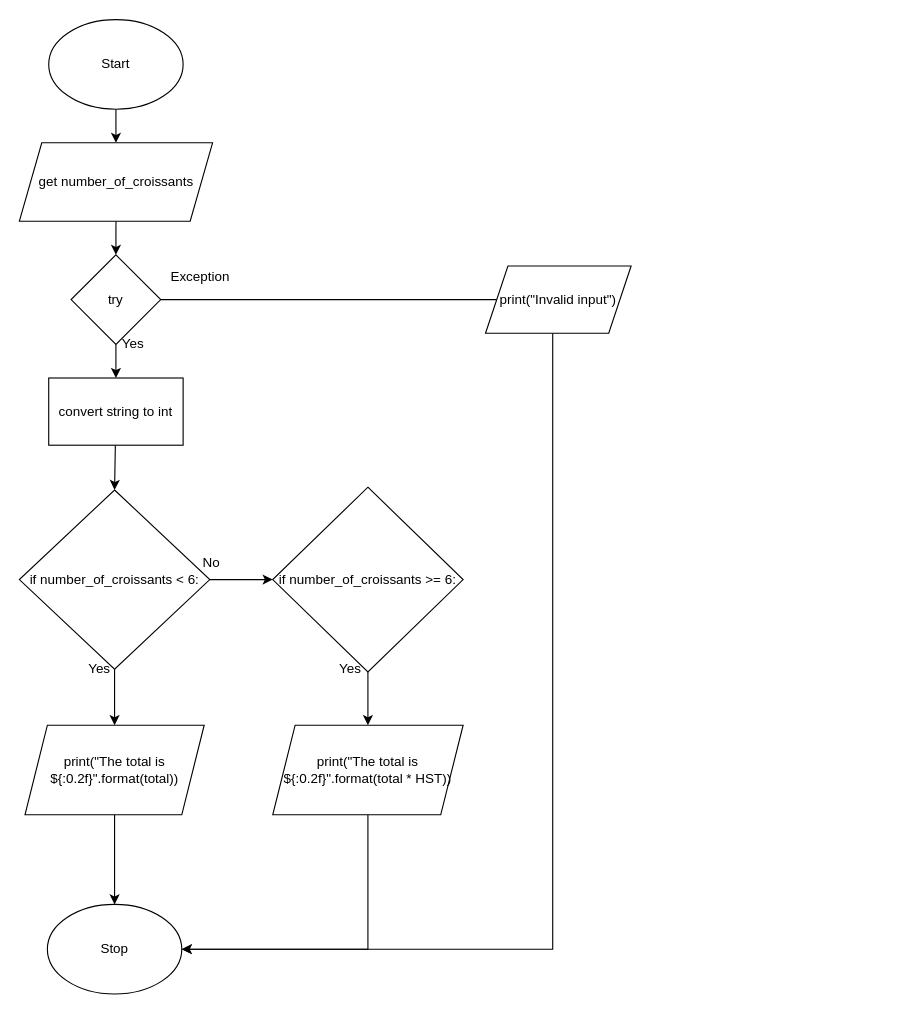
Before: flowchart.drawio in Aleksandr-Ten/ICS3U-Assignment-4-Python, a draw.io diagram. Source tidied: cells renumbered, new cells numbered last; positions are measured from the earlier drawing's top-left corner, leaving out a move shared by most shapes. Both pictures are drawn from the tidied source at 112%, with x=0, y=0 at pixel (19, 19).
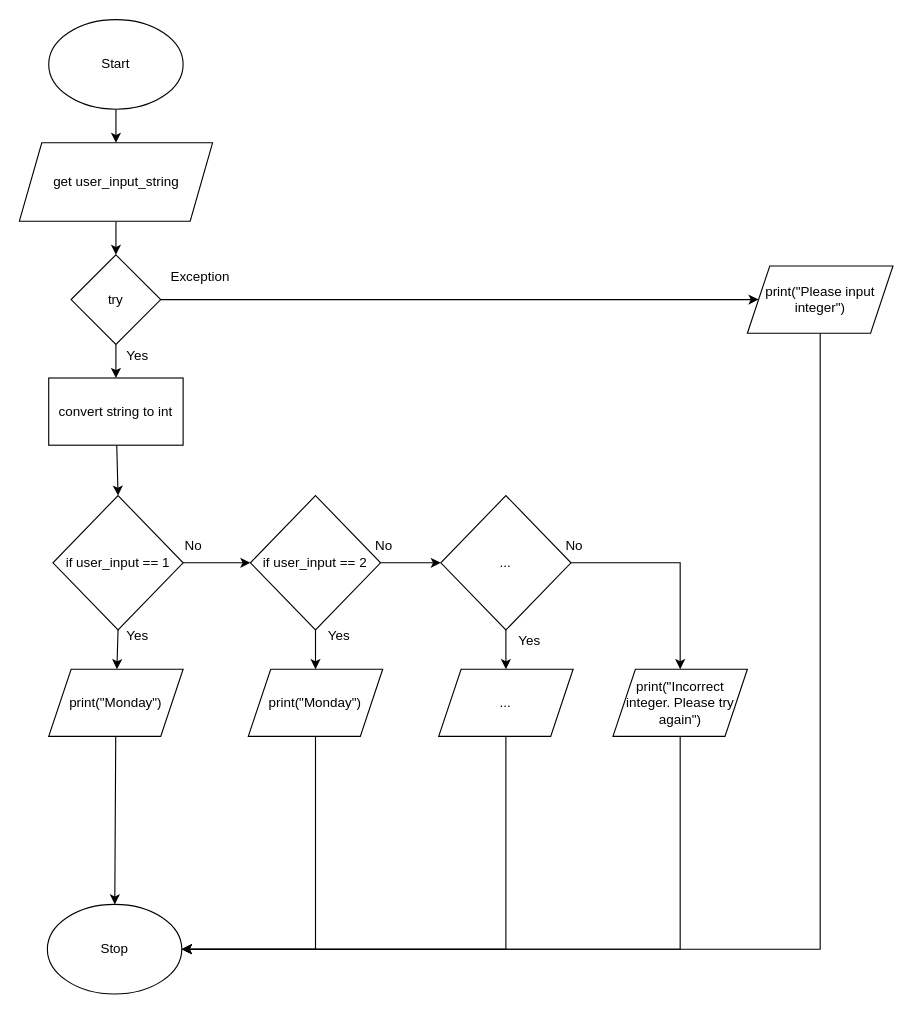
The same page after the edit.

The change refers to these unchanged cells:
```xml
<mxCell id="8" value="try" style="rhombus;whiteSpace=wrap;html=1;" parent="1" vertex="1">
  <mxGeometry x="46" y="210" width="80" height="80" as="geometry" />
</mxCell>
<mxCell id="22" value="Stop" style="ellipse;whiteSpace=wrap;html=1;" parent="1" vertex="1">
  <mxGeometry x="24.8" y="790" width="120" height="80" as="geometry" />
</mxCell>
```

Change to the diagram source:
```diff
@@
-    <mxCell id="5" value="get number_of_croissants" style="shape=parallelogram;perimeter=parallelogramPerimeter;whiteSpace=wrap;html=1;fixedSize=1;" parent="1" vertex="1">
+    <mxCell id="5" value="get user_input_string" style="shape=parallelogram;perimeter=parallelogramPerimeter;whiteSpace=wrap;html=1;fixedSize=1;" parent="1" vertex="1">
       <mxGeometry x="-0.2" y="110" width="172.5" height="70" as="geometry" />
     </mxCell>
@@
-    <mxCell id="7" style="edgeStyle=none;html=1;exitX=1;exitY=0.5;exitDx=0;exitDy=0;" parent="1" edge="1" source="8">
-      <mxGeometry relative="1" as="geometry">
-        <mxPoint x="486" y="250" as="targetPoint" />
-      </mxGeometry>
+    <mxCell id="7" style="edgeStyle=none;html=1;exitX=1;exitY=0.5;exitDx=0;exitDy=0;" parent="1" edge="1" source="8" target="17">
+      <mxGeometry relative="1" as="geometry" />
     </mxCell>
@@
-    <mxCell id="11" style="edgeStyle=none;html=1;entryX=0;entryY=0.5;entryDx=0;entryDy=0;" parent="1" edge="1" source="13" target="15">
-      <mxGeometry relative="1" as="geometry" />
-    </mxCell>
-    <mxCell id="12" style="edgeStyle=none;html=1;exitX=0.5;exitY=1;exitDx=0;exitDy=0;" parent="1" edge="1" source="13" target="19">
-      <mxGeometry relative="1" as="geometry" />
-    </mxCell>
+    <mxCell id="28" style="edgeStyle=none;html=1;exitX=0.5;exitY=1;exitDx=0;exitDy=0;" parent="1" edge="1" source="13" target="31">
+      <mxGeometry relative="1" as="geometry" />
+    </mxCell>
+    <mxCell id="29" style="edgeStyle=none;html=1;exitX=1;exitY=0.5;exitDx=0;exitDy=0;" parent="1" edge="1" source="13">
+      <mxGeometry relative="1" as="geometry">
+        <mxPoint x="206.1" y="485" as="targetPoint" />
+      </mxGeometry>
+    </mxCell>
-    <mxCell id="13" value="if number_of_croissants &amp;lt; 6:" style="rhombus;whiteSpace=wrap;html=1;" parent="1" vertex="1">
-      <mxGeometry x="-0.2" y="420" width="170" height="160" as="geometry" />
+    <mxCell id="13" value="if user_input == 1" style="rhombus;whiteSpace=wrap;html=1;" parent="1" vertex="1">
+      <mxGeometry x="29.8" y="425" width="116.2" height="120" as="geometry" />
     </mxCell>
-    <mxCell id="14" style="edgeStyle=none;html=1;exitX=0.5;exitY=1;exitDx=0;exitDy=0;" parent="1" edge="1" source="15" target="21">
-      <mxGeometry relative="1" as="geometry" />
-    </mxCell>
-    <mxCell id="15" value="if number_of_croissants &gt;= 6:" style="rhombus;whiteSpace=wrap;html=1;" parent="1" vertex="1">
-      <mxGeometry x="226" y="417.5" width="170" height="165" as="geometry" />
-    </mxCell>
     <mxCell id="16" style="edgeStyle=orthogonalEdgeStyle;rounded=0;html=1;entryX=1;entryY=0.5;entryDx=0;entryDy=0;" parent="1" edge="1" source="17" target="22">
       <mxGeometry relative="1" as="geometry">
         <Array as="points">
-          <mxPoint x="476" y="830" />
+          <mxPoint x="714.8" y="830" />
         </Array>
       </mxGeometry>
     </mxCell>
-    <mxCell id="17" value="print(&quot;Invalid input&quot;)" style="shape=parallelogram;perimeter=parallelogramPerimeter;whiteSpace=wrap;html=1;fixedSize=1;" parent="1" vertex="1">
-      <mxGeometry x="416" y="220" width="130" height="60" as="geometry" />
+    <mxCell id="17" value="print(&quot;Please input integer&quot;)" style="shape=parallelogram;perimeter=parallelogramPerimeter;whiteSpace=wrap;html=1;fixedSize=1;" parent="1" vertex="1">
+      <mxGeometry x="649.8" y="220" width="130" height="60" as="geometry" />
     </mxCell>
-    <mxCell id="18" style="edgeStyle=none;html=1;exitX=0.5;exitY=1;exitDx=0;exitDy=0;" parent="1" edge="1" source="19" target="22">
-      <mxGeometry relative="1" as="geometry" />
-    </mxCell>
-    <mxCell id="19" value="print(&quot;The total is ${:0.2f}&quot;.format(total))" style="shape=parallelogram;perimeter=parallelogramPerimeter;whiteSpace=wrap;html=1;fixedSize=1;" parent="1" vertex="1">
-      <mxGeometry x="4.8" y="630" width="160" height="80" as="geometry" />
-    </mxCell>
-    <mxCell id="20" style="edgeStyle=orthogonalEdgeStyle;html=1;entryX=1;entryY=0.5;entryDx=0;entryDy=0;rounded=0;" parent="1" edge="1" source="21" target="22">
-      <mxGeometry relative="1" as="geometry">
-        <Array as="points">
-          <mxPoint x="311" y="830" />
-        </Array>
-      </mxGeometry>
-    </mxCell>
-    <mxCell id="21" value="print(&quot;The total is ${:0.2f}&quot;.format(total * HST))" style="shape=parallelogram;perimeter=parallelogramPerimeter;whiteSpace=wrap;html=1;fixedSize=1;" parent="1" vertex="1">
-      <mxGeometry x="226" y="630" width="170" height="80" as="geometry" />
-    </mxCell>
@@
     <mxCell id="24" value="Yes" style="text;html=1;align=center;verticalAlign=middle;fillColor=none;strokeColor=none;rounded=0;" parent="1" vertex="1">
-      <mxGeometry x="86" y="280" width="30" height="20" as="geometry" />
+      <mxGeometry x="89.8" y="290" width="30" height="20" as="geometry" />
     </mxCell>
-    <mxCell id="25" value="Yes" style="text;html=1;align=center;verticalAlign=middle;fillColor=none;strokeColor=none;rounded=0;" parent="1" vertex="1">
-      <mxGeometry x="56" y="570" width="30" height="20" as="geometry" />
-    </mxCell>
-    <mxCell id="26" value="Yes" style="text;html=1;align=center;verticalAlign=middle;fillColor=none;strokeColor=none;rounded=0;" parent="1" vertex="1">
-      <mxGeometry x="280" y="570" width="30" height="20" as="geometry" />
-    </mxCell>
-    <mxCell id="27" value="No" style="text;html=1;align=center;verticalAlign=middle;fillColor=none;strokeColor=none;rounded=0;" parent="1" vertex="1">
-      <mxGeometry x="156" y="475" width="30" height="20" as="geometry" />
-    </mxCell>
+    <mxCell id="30" style="edgeStyle=none;html=1;" parent="1" edge="1" source="31" target="22">
+      <mxGeometry relative="1" as="geometry" />
+    </mxCell>
+    <mxCell id="31" value="print(&quot;Monday&quot;)" style="shape=parallelogram;perimeter=parallelogramPerimeter;whiteSpace=wrap;html=1;fixedSize=1;" parent="1" vertex="1">
+      <mxGeometry x="26" y="580" width="120" height="60" as="geometry" />
+    </mxCell>
+    <mxCell id="32" style="edgeStyle=none;html=1;exitX=1;exitY=0.5;exitDx=0;exitDy=0;" parent="1" edge="1" source="34" target="37">
+      <mxGeometry relative="1" as="geometry" />
+    </mxCell>
+    <mxCell id="33" style="edgeStyle=orthogonalEdgeStyle;rounded=0;html=1;exitX=0.5;exitY=1;exitDx=0;exitDy=0;" parent="1" edge="1" source="34" target="39">
+      <mxGeometry relative="1" as="geometry" />
+    </mxCell>
+    <mxCell id="34" value="if user_input == 2" style="rhombus;whiteSpace=wrap;html=1;" parent="1" vertex="1">
+      <mxGeometry x="206.1" y="425" width="116.2" height="120" as="geometry" />
+    </mxCell>
+    <mxCell id="35" style="edgeStyle=orthogonalEdgeStyle;html=1;exitX=1;exitY=0.5;exitDx=0;exitDy=0;entryX=0.5;entryY=0;entryDx=0;entryDy=0;rounded=0;" parent="1" edge="1" source="37" target="43">
+      <mxGeometry relative="1" as="geometry" />
+    </mxCell>
+    <mxCell id="36" style="edgeStyle=orthogonalEdgeStyle;rounded=0;html=1;" parent="1" edge="1" source="37" target="41">
+      <mxGeometry relative="1" as="geometry" />
+    </mxCell>
+    <mxCell id="37" value="..." style="rhombus;whiteSpace=wrap;html=1;" parent="1" vertex="1">
+      <mxGeometry x="376.1" y="425" width="116.2" height="120" as="geometry" />
+    </mxCell>
+    <mxCell id="38" style="edgeStyle=orthogonalEdgeStyle;rounded=0;html=1;exitX=0.5;exitY=1;exitDx=0;exitDy=0;entryX=1;entryY=0.5;entryDx=0;entryDy=0;" parent="1" edge="1" source="39" target="22">
+      <mxGeometry relative="1" as="geometry" />
+    </mxCell>
+    <mxCell id="39" value="print(&quot;Monday&quot;)" style="shape=parallelogram;perimeter=parallelogramPerimeter;whiteSpace=wrap;html=1;fixedSize=1;" parent="1" vertex="1">
+      <mxGeometry x="204.2" y="580" width="120" height="60" as="geometry" />
+    </mxCell>
+    <mxCell id="40" style="edgeStyle=orthogonalEdgeStyle;rounded=0;html=1;exitX=0.5;exitY=1;exitDx=0;exitDy=0;entryX=1;entryY=0.5;entryDx=0;entryDy=0;" parent="1" edge="1" source="41" target="22">
+      <mxGeometry relative="1" as="geometry" />
+    </mxCell>
+    <mxCell id="41" value="..." style="shape=parallelogram;perimeter=parallelogramPerimeter;whiteSpace=wrap;html=1;fixedSize=1;" parent="1" vertex="1">
+      <mxGeometry x="374.2" y="580" width="120" height="60" as="geometry" />
+    </mxCell>
+    <mxCell id="42" style="edgeStyle=orthogonalEdgeStyle;rounded=0;html=1;exitX=0.5;exitY=1;exitDx=0;exitDy=0;entryX=1;entryY=0.5;entryDx=0;entryDy=0;" parent="1" edge="1" source="43" target="22">
+      <mxGeometry relative="1" as="geometry" />
+    </mxCell>
+    <mxCell id="43" value="print(&quot;Incorrect integer. Please try again&quot;)" style="shape=parallelogram;perimeter=parallelogramPerimeter;whiteSpace=wrap;html=1;fixedSize=1;" parent="1" vertex="1">
+      <mxGeometry x="529.8" y="580" width="120" height="60" as="geometry" />
+    </mxCell>
+    <mxCell id="44" value="Yes" style="text;html=1;align=center;verticalAlign=middle;fillColor=none;strokeColor=none;rounded=0;" parent="1" vertex="1">
+      <mxGeometry x="89.8" y="540" width="30" height="20" as="geometry" />
+    </mxCell>
+    <mxCell id="45" value="Yes" style="text;html=1;align=center;verticalAlign=middle;fillColor=none;strokeColor=none;rounded=0;" parent="1" vertex="1">
+      <mxGeometry x="269.8" y="540" width="30" height="20" as="geometry" />
+    </mxCell>
+    <mxCell id="46" value="Yes" style="text;html=1;align=center;verticalAlign=middle;fillColor=none;strokeColor=none;rounded=0;" parent="1" vertex="1">
+      <mxGeometry x="439.8" y="545" width="30" height="20" as="geometry" />
+    </mxCell>
+    <mxCell id="47" value="No" style="text;html=1;align=center;verticalAlign=middle;fillColor=none;strokeColor=none;rounded=0;" parent="1" vertex="1">
+      <mxGeometry x="139.8" y="460" width="30" height="20" as="geometry" />
+    </mxCell>
+    <mxCell id="48" value="No" style="text;html=1;align=center;verticalAlign=middle;fillColor=none;strokeColor=none;rounded=0;" parent="1" vertex="1">
+      <mxGeometry x="309.8" y="460" width="30" height="20" as="geometry" />
+    </mxCell>
+    <mxCell id="49" value="No" style="text;html=1;align=center;verticalAlign=middle;fillColor=none;strokeColor=none;rounded=0;" parent="1" vertex="1">
+      <mxGeometry x="479.8" y="460" width="30" height="20" as="geometry" />
+    </mxCell>
```
